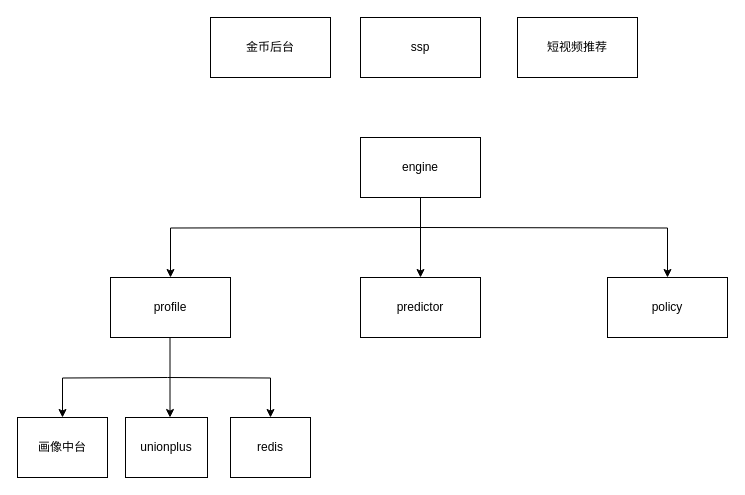
The draw.io diagram engineering/算法工程架构.drawio in gydong/graphs, before the edit. Source tidied: cells renumbered, new cells numbered last; positions are measured from the earlier drawing's top-left corner, leaving out a move shared by most shapes. Both pictures are drawn from the tidied source at 100%, with x=0, y=0 at pixel (17, 17).
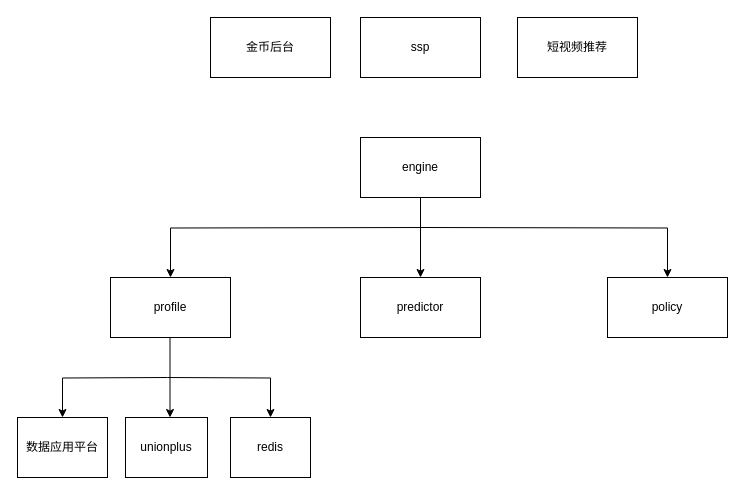
The same diagram, later.

Commit message (it also covers changes not shown here):
更新算法工程架构.drawio

Diff of the diagram source:
```diff
@@
-    <mxCell id="12" value="画像中台" style="rounded=0;whiteSpace=wrap;html=1;" parent="1" vertex="1">
+    <mxCell id="12" value="数据应用平台" style="rounded=0;whiteSpace=wrap;html=1;" parent="1" vertex="1">
       <mxGeometry y="400" width="90" height="60" as="geometry" />
     </mxCell>
```
